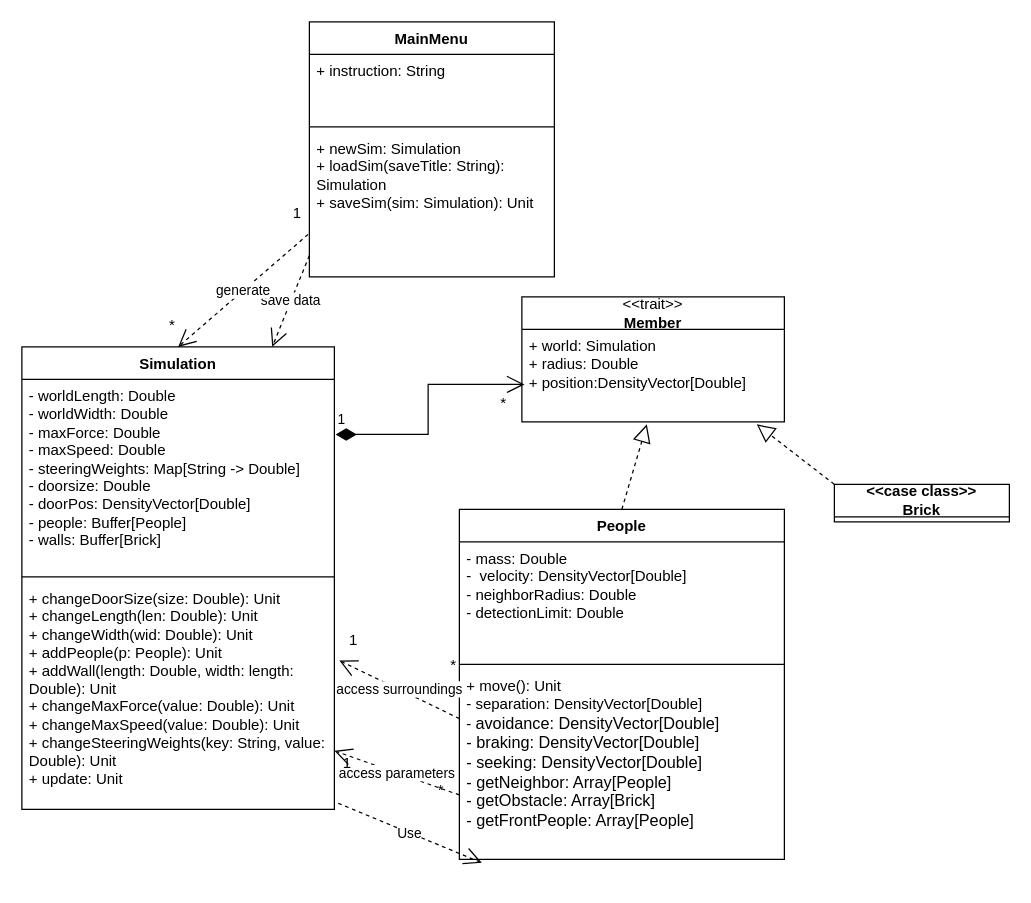
picadud/StudioA keeps this draw.io diagram as stampede.drawio. Above is the earlier version. Source tidied: cells renumbered, new cells numbered last; positions are measured from the earlier drawing's top-left corner, leaving out a move shared by most shapes. Both pictures are drawn from the tidied source at 125%, with x=0, y=0 at pixel (21, 21).
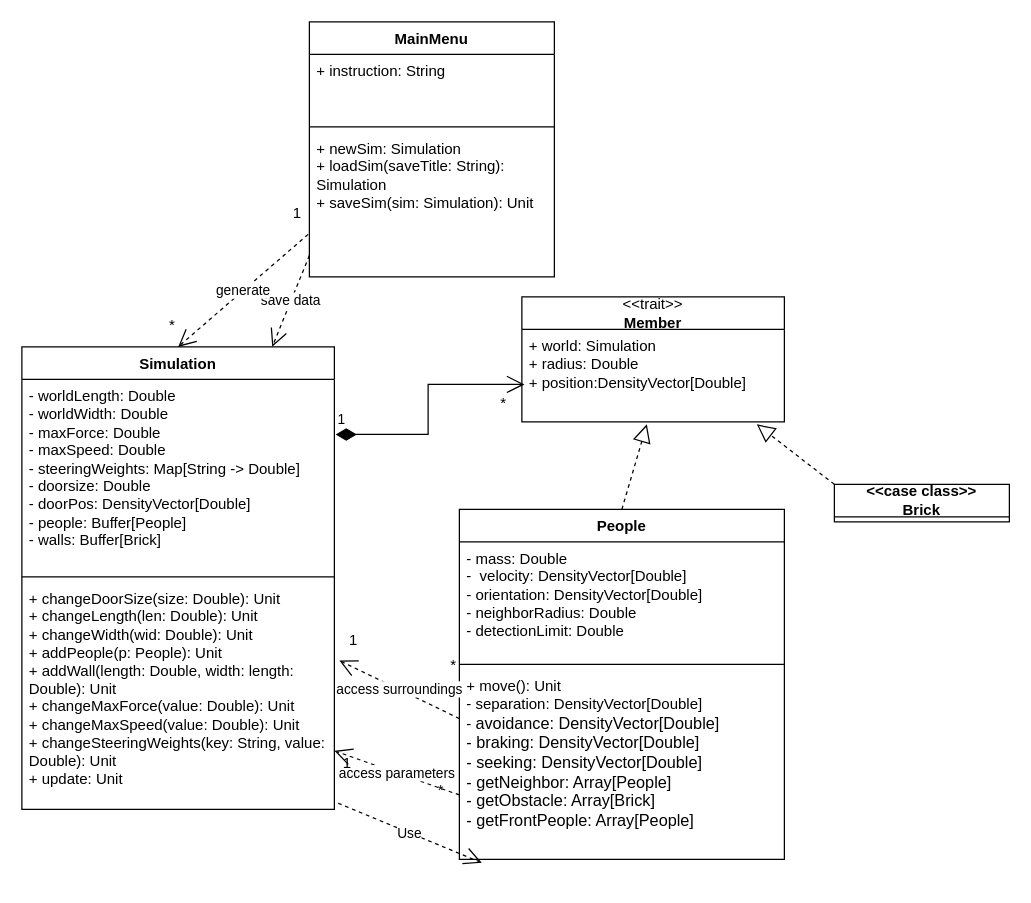
The same page after the edit.

Unchanged cells that the change refers to:
```xml
<mxCell id="10" value="People" style="swimlane;fontStyle=1;align=center;verticalAlign=top;horizontal=1;startSize=26;whiteSpace=wrap;html=1;" parent="1" vertex="1">
  <mxGeometry x="350" y="390" width="260" height="280" as="geometry" />
</mxCell>
```

What changed in the source:
```diff
@@
-    <mxCell id="11" value="- mass: Double&lt;br&gt;&lt;div&gt;-&amp;nbsp; velocity: DensityVector[Double]&lt;/div&gt;&lt;div&gt;- neighborRadius: Double&lt;/div&gt;&lt;div&gt;- detectionLimit: Double&lt;/div&gt;&lt;div&gt;&lt;br&gt;&lt;/div&gt;" style="text;strokeColor=none;fillColor=none;align=left;verticalAlign=top;spacingLeft=4;spacingRight=4;overflow=hidden;whiteSpace=wrap;html=1;" parent="10" vertex="1">
+    <mxCell id="11" value="- mass: Double&lt;br&gt;&lt;div&gt;-&amp;nbsp; velocity: DensityVector[Double]&lt;/div&gt;&lt;div&gt;- orientation: DensityVector[Double]&lt;br&gt;&lt;/div&gt;&lt;div&gt;- neighborRadius: Double&lt;/div&gt;&lt;div&gt;- detectionLimit: Double&lt;/div&gt;&lt;div&gt;&lt;br&gt;&lt;/div&gt;" style="text;strokeColor=none;fillColor=none;align=left;verticalAlign=top;spacingLeft=4;spacingRight=4;overflow=hidden;whiteSpace=wrap;html=1;" parent="10" vertex="1">
       <mxGeometry y="26" width="260" height="94" as="geometry" />
     </mxCell>
```
